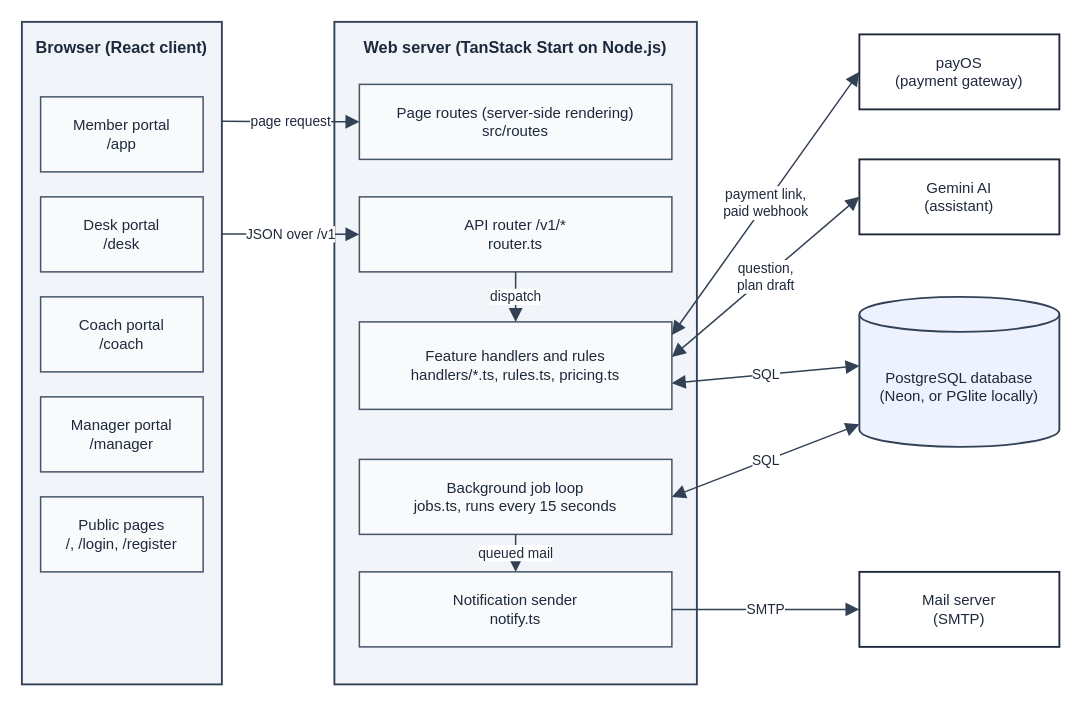
The draw.io diagram docs/diagrams/srs/38-system-architecture.drawio in facingshootingstar/Arena3, before the edit. Source tidied: cells renumbered, new cells numbered last; positions are measured from the earlier drawing's top-left corner, leaving out a move shared by most shapes. Both pictures are drawn from the tidied source at 125%, with x=0, y=0 at pixel (21, 21).
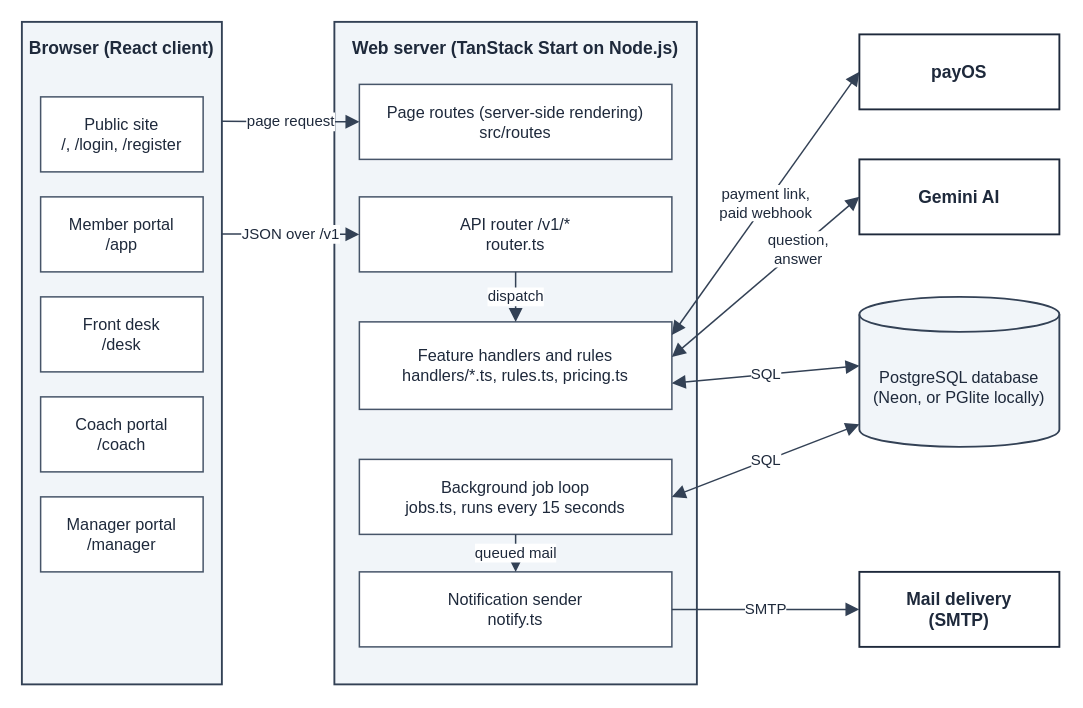
Above is the later version.

The edit, as a diff of the source:
```diff
@@
-    <mxCell id="2" value="Browser (React client)" style="rounded=0;whiteSpace=wrap;html=1;fillColor=#f1f5f9;strokeColor=#334155;strokeWidth=1.5;verticalAlign=top;align=center;spacingTop=6;fontFamily=Helvetica;fontSize=13;fontStyle=1;fontColor=#1e293b;" parent="1" vertex="1">
+    <mxCell id="2" value="Browser (React client)" style="rounded=0;whiteSpace=wrap;html=1;fillColor=#f1f5f9;strokeColor=#334155;strokeWidth=1.5;verticalAlign=top;align=center;spacingTop=6;fontFamily=Helvetica;fontSize=14;fontStyle=1;fontColor=#1e293b;" parent="1" vertex="1">
       <mxGeometry width="160" height="530" as="geometry" />
     </mxCell>
-    <mxCell id="3" value="Member portal&lt;br&gt;/app" style="rounded=0;whiteSpace=wrap;html=1;fillColor=#f8fafc;strokeColor=#475569;strokeWidth=1.2;fontFamily=Helvetica;fontSize=12;fontColor=#1e293b;" parent="2" vertex="1">
+    <mxCell id="3" value="Public site&lt;br&gt;/, /login, /register" style="rounded=0;whiteSpace=wrap;html=1;fillColor=#ffffff;strokeColor=#475569;strokeWidth=1.2;fontFamily=Helvetica;fontSize=13;fontColor=#1e293b;" parent="2" vertex="1">
       <mxGeometry x="15" y="60" width="130" height="60" as="geometry" />
     </mxCell>
-    <mxCell id="4" value="Desk portal&lt;br&gt;/desk" style="rounded=0;whiteSpace=wrap;html=1;fillColor=#f8fafc;strokeColor=#475569;strokeWidth=1.2;fontFamily=Helvetica;fontSize=12;fontColor=#1e293b;" parent="2" vertex="1">
+    <mxCell id="4" value="Member portal&lt;br&gt;/app" style="rounded=0;whiteSpace=wrap;html=1;fillColor=#ffffff;strokeColor=#475569;strokeWidth=1.2;fontFamily=Helvetica;fontSize=13;fontColor=#1e293b;" parent="2" vertex="1">
       <mxGeometry x="15" y="140" width="130" height="60" as="geometry" />
     </mxCell>
-    <mxCell id="5" value="Coach portal&lt;br&gt;/coach" style="rounded=0;whiteSpace=wrap;html=1;fillColor=#f8fafc;strokeColor=#475569;strokeWidth=1.2;fontFamily=Helvetica;fontSize=12;fontColor=#1e293b;" parent="2" vertex="1">
+    <mxCell id="5" value="Front desk&lt;br&gt;/desk" style="rounded=0;whiteSpace=wrap;html=1;fillColor=#ffffff;strokeColor=#475569;strokeWidth=1.2;fontFamily=Helvetica;fontSize=13;fontColor=#1e293b;" parent="2" vertex="1">
       <mxGeometry x="15" y="220" width="130" height="60" as="geometry" />
     </mxCell>
-    <mxCell id="6" value="Manager portal&lt;br&gt;/manager" style="rounded=0;whiteSpace=wrap;html=1;fillColor=#f8fafc;strokeColor=#475569;strokeWidth=1.2;fontFamily=Helvetica;fontSize=12;fontColor=#1e293b;" parent="2" vertex="1">
+    <mxCell id="6" value="Coach portal&lt;br&gt;/coach" style="rounded=0;whiteSpace=wrap;html=1;fillColor=#ffffff;strokeColor=#475569;strokeWidth=1.2;fontFamily=Helvetica;fontSize=13;fontColor=#1e293b;" parent="2" vertex="1">
       <mxGeometry x="15" y="300" width="130" height="60" as="geometry" />
     </mxCell>
-    <mxCell id="7" value="Public pages&lt;br&gt;/, /login, /register" style="rounded=0;whiteSpace=wrap;html=1;fillColor=#f8fafc;strokeColor=#475569;strokeWidth=1.2;fontFamily=Helvetica;fontSize=12;fontColor=#1e293b;" parent="2" vertex="1">
+    <mxCell id="7" value="Manager portal&lt;br&gt;/manager" style="rounded=0;whiteSpace=wrap;html=1;fillColor=#ffffff;strokeColor=#475569;strokeWidth=1.2;fontFamily=Helvetica;fontSize=13;fontColor=#1e293b;" parent="2" vertex="1">
       <mxGeometry x="15" y="380" width="130" height="60" as="geometry" />
     </mxCell>
-    <mxCell id="8" value="Web server (TanStack Start on Node.js)" style="rounded=0;whiteSpace=wrap;html=1;fillColor=#f1f5f9;strokeColor=#334155;strokeWidth=1.5;verticalAlign=top;align=center;spacingTop=6;fontFamily=Helvetica;fontSize=13;fontStyle=1;fontColor=#1e293b;" parent="1" vertex="1">
+    <mxCell id="8" value="Web server (TanStack Start on Node.js)" style="rounded=0;whiteSpace=wrap;html=1;fillColor=#f1f5f9;strokeColor=#334155;strokeWidth=1.5;verticalAlign=top;align=center;spacingTop=6;fontFamily=Helvetica;fontSize=14;fontStyle=1;fontColor=#1e293b;" parent="1" vertex="1">
       <mxGeometry x="250" width="290" height="530" as="geometry" />
     </mxCell>
-    <mxCell id="9" value="Page routes (server-side rendering)&lt;br&gt;src/routes" style="rounded=0;whiteSpace=wrap;html=1;fillColor=#f8fafc;strokeColor=#475569;strokeWidth=1.2;fontFamily=Helvetica;fontSize=12;fontColor=#1e293b;" parent="8" vertex="1">
+    <mxCell id="9" value="Page routes (server-side rendering)&lt;br&gt;src/routes" style="rounded=0;whiteSpace=wrap;html=1;fillColor=#ffffff;strokeColor=#475569;strokeWidth=1.2;fontFamily=Helvetica;fontSize=13;fontColor=#1e293b;" parent="8" vertex="1">
       <mxGeometry x="20" y="50" width="250" height="60" as="geometry" />
     </mxCell>
-    <mxCell id="10" value="API router /v1/*&lt;br&gt;router.ts" style="rounded=0;whiteSpace=wrap;html=1;fillColor=#f8fafc;strokeColor=#475569;strokeWidth=1.2;fontFamily=Helvetica;fontSize=12;fontColor=#1e293b;" parent="8" vertex="1">
+    <mxCell id="10" value="API router /v1/*&lt;br&gt;router.ts" style="rounded=0;whiteSpace=wrap;html=1;fillColor=#ffffff;strokeColor=#475569;strokeWidth=1.2;fontFamily=Helvetica;fontSize=13;fontColor=#1e293b;" parent="8" vertex="1">
       <mxGeometry x="20" y="140" width="250" height="60" as="geometry" />
     </mxCell>
-    <mxCell id="11" value="Feature handlers and rules&lt;br&gt;handlers/*.ts, rules.ts, pricing.ts" style="rounded=0;whiteSpace=wrap;html=1;fillColor=#f8fafc;strokeColor=#475569;strokeWidth=1.2;fontFamily=Helvetica;fontSize=12;fontColor=#1e293b;" parent="8" vertex="1">
+    <mxCell id="11" value="Feature handlers and rules&lt;br&gt;handlers/*.ts, rules.ts, pricing.ts" style="rounded=0;whiteSpace=wrap;html=1;fillColor=#ffffff;strokeColor=#475569;strokeWidth=1.2;fontFamily=Helvetica;fontSize=13;fontColor=#1e293b;" parent="8" vertex="1">
       <mxGeometry x="20" y="240" width="250" height="70" as="geometry" />
     </mxCell>
-    <mxCell id="12" value="Background job loop&lt;br&gt;jobs.ts, runs every 15 seconds" style="rounded=0;whiteSpace=wrap;html=1;fillColor=#f8fafc;strokeColor=#475569;strokeWidth=1.2;fontFamily=Helvetica;fontSize=12;fontColor=#1e293b;" parent="8" vertex="1">
+    <mxCell id="12" value="Background job loop&lt;br&gt;jobs.ts, runs every 15 seconds" style="rounded=0;whiteSpace=wrap;html=1;fillColor=#ffffff;strokeColor=#475569;strokeWidth=1.2;fontFamily=Helvetica;fontSize=13;fontColor=#1e293b;" parent="8" vertex="1">
       <mxGeometry x="20" y="350" width="250" height="60" as="geometry" />
     </mxCell>
-    <mxCell id="13" value="Notification sender&lt;br&gt;notify.ts" style="rounded=0;whiteSpace=wrap;html=1;fillColor=#f8fafc;strokeColor=#475569;strokeWidth=1.2;fontFamily=Helvetica;fontSize=12;fontColor=#1e293b;" parent="8" vertex="1">
+    <mxCell id="13" value="Notification sender&lt;br&gt;notify.ts" style="rounded=0;whiteSpace=wrap;html=1;fillColor=#ffffff;strokeColor=#475569;strokeWidth=1.2;fontFamily=Helvetica;fontSize=13;fontColor=#1e293b;" parent="8" vertex="1">
       <mxGeometry x="20" y="440" width="250" height="60" as="geometry" />
     </mxCell>
-    <mxCell id="14" value="payOS&lt;br&gt;(payment gateway)" style="rounded=0;whiteSpace=wrap;html=1;fillColor=#ffffff;strokeColor=#1e293b;strokeWidth=1.5;fontFamily=Helvetica;fontSize=12;fontColor=#1e293b;" parent="1" vertex="1">
+    <mxCell id="14" value="payOS" style="rounded=0;whiteSpace=wrap;html=1;fillColor=#ffffff;strokeColor=#1e293b;strokeWidth=1.5;fontFamily=Helvetica;fontSize=14;fontStyle=1;fontColor=#1e293b;" parent="1" vertex="1">
       <mxGeometry x="670" y="10" width="160" height="60" as="geometry" />
     </mxCell>
-    <mxCell id="15" value="Gemini AI&lt;br&gt;(assistant)" style="rounded=0;whiteSpace=wrap;html=1;fillColor=#ffffff;strokeColor=#1e293b;strokeWidth=1.5;fontFamily=Helvetica;fontSize=12;fontColor=#1e293b;" parent="1" vertex="1">
+    <mxCell id="15" value="Gemini AI" style="rounded=0;whiteSpace=wrap;html=1;fillColor=#ffffff;strokeColor=#1e293b;strokeWidth=1.5;fontFamily=Helvetica;fontSize=14;fontStyle=1;fontColor=#1e293b;" parent="1" vertex="1">
       <mxGeometry x="670" y="110" width="160" height="60" as="geometry" />
     </mxCell>
-    <mxCell id="16" value="PostgreSQL database&lt;br&gt;(Neon, or PGlite locally)" style="shape=cylinder3;whiteSpace=wrap;html=1;boundedLbl=1;backgroundOutline=1;size=14;fillColor=#eef2ff;strokeColor=#334155;strokeWidth=1.5;fontFamily=Helvetica;fontSize=12;fontColor=#1e293b;" parent="1" vertex="1">
+    <mxCell id="16" value="PostgreSQL database&lt;br&gt;(Neon, or PGlite locally)" style="shape=cylinder3;whiteSpace=wrap;html=1;boundedLbl=1;backgroundOutline=1;size=14;fillColor=#f1f5f9;strokeColor=#334155;strokeWidth=1.5;fontFamily=Helvetica;fontSize=13;fontColor=#1e293b;" parent="1" vertex="1">
       <mxGeometry x="670" y="220" width="160" height="120" as="geometry" />
     </mxCell>
-    <mxCell id="17" value="Mail server&lt;br&gt;(SMTP)" style="rounded=0;whiteSpace=wrap;html=1;fillColor=#ffffff;strokeColor=#1e293b;strokeWidth=1.5;fontFamily=Helvetica;fontSize=12;fontColor=#1e293b;" parent="1" vertex="1">
+    <mxCell id="17" value="Mail delivery&lt;br&gt;(SMTP)" style="rounded=0;whiteSpace=wrap;html=1;fillColor=#ffffff;strokeColor=#1e293b;strokeWidth=1.5;fontFamily=Helvetica;fontSize=14;fontStyle=1;fontColor=#1e293b;" parent="1" vertex="1">
       <mxGeometry x="670" y="440" width="160" height="60" as="geometry" />
     </mxCell>
-    <mxCell id="18" value="page request" style="endArrow=block;endFill=1;html=1;rounded=0;edgeStyle=none;strokeColor=#334155;strokeWidth=1.2;fontFamily=Helvetica;fontSize=11;fontColor=#1e293b;labelBackgroundColor=#ffffff;endSize=8;exitX=1.0000;exitY=0.1500;exitDx=0;exitDy=0;exitPerimeter=0;entryX=0.0000;entryY=0.5000;entryDx=0;entryDy=0;entryPerimeter=0;" parent="1" edge="1" source="2" target="9">
+    <mxCell id="18" value="page request" style="endArrow=block;endFill=1;html=1;rounded=0;edgeStyle=none;strokeColor=#334155;strokeWidth=1.2;fontFamily=Helvetica;fontSize=12;fontColor=#1e293b;labelBackgroundColor=#ffffff;endSize=8;exitX=1.0000;exitY=0.1500;exitDx=0;exitDy=0;exitPerimeter=0;entryX=0.0000;entryY=0.5000;entryDx=0;entryDy=0;entryPerimeter=0;" parent="1" edge="1" source="2" target="9">
       <mxGeometry relative="1" as="geometry" />
     </mxCell>
-    <mxCell id="19" value="JSON over /v1" style="endArrow=block;endFill=1;html=1;rounded=0;edgeStyle=none;strokeColor=#334155;strokeWidth=1.2;fontFamily=Helvetica;fontSize=11;fontColor=#1e293b;labelBackgroundColor=#ffffff;endSize=8;exitX=1.0000;exitY=0.3200;exitDx=0;exitDy=0;exitPerimeter=0;entryX=0.0000;entryY=0.5000;entryDx=0;entryDy=0;entryPerimeter=0;" parent="1" edge="1" source="2" target="10">
+    <mxCell id="19" value="JSON over /v1" style="endArrow=block;endFill=1;html=1;rounded=0;edgeStyle=none;strokeColor=#334155;strokeWidth=1.2;fontFamily=Helvetica;fontSize=12;fontColor=#1e293b;labelBackgroundColor=#ffffff;endSize=8;exitX=1.0000;exitY=0.3200;exitDx=0;exitDy=0;exitPerimeter=0;entryX=0.0000;entryY=0.5000;entryDx=0;entryDy=0;entryPerimeter=0;" parent="1" edge="1" source="2" target="10">
       <mxGeometry relative="1" as="geometry" />
     </mxCell>
-    <mxCell id="20" value="dispatch" style="endArrow=block;endFill=1;html=1;rounded=0;edgeStyle=none;strokeColor=#334155;strokeWidth=1.2;fontFamily=Helvetica;fontSize=11;fontColor=#1e293b;labelBackgroundColor=#ffffff;endSize=8;exitX=0.5000;exitY=1.0000;exitDx=0;exitDy=0;exitPerimeter=0;entryX=0.5000;entryY=0.0000;entryDx=0;entryDy=0;entryPerimeter=0;" parent="1" edge="1" source="10" target="11">
+    <mxCell id="20" value="dispatch" style="endArrow=block;endFill=1;html=1;rounded=0;edgeStyle=none;strokeColor=#334155;strokeWidth=1.2;fontFamily=Helvetica;fontSize=12;fontColor=#1e293b;labelBackgroundColor=#ffffff;endSize=8;exitX=0.5000;exitY=1.0000;exitDx=0;exitDy=0;exitPerimeter=0;entryX=0.5000;entryY=0.0000;entryDx=0;entryDy=0;entryPerimeter=0;" parent="1" edge="1" source="10" target="11">
       <mxGeometry relative="1" as="geometry" />
     </mxCell>
-    <mxCell id="21" value="payment link,&lt;br&gt;paid webhook" style="endArrow=block;endFill=1;html=1;rounded=0;edgeStyle=none;strokeColor=#334155;strokeWidth=1.2;fontFamily=Helvetica;fontSize=11;fontColor=#1e293b;labelBackgroundColor=#ffffff;endSize=8;startArrow=block;startFill=1;startSize=8;exitX=1.0000;exitY=0.1500;exitDx=0;exitDy=0;exitPerimeter=0;entryX=0.0000;entryY=0.5000;entryDx=0;entryDy=0;entryPerimeter=0;" parent="1" edge="1" source="11" target="14">
+    <mxCell id="21" value="payment link,&lt;br&gt;paid webhook" style="endArrow=block;endFill=1;html=1;rounded=0;edgeStyle=none;strokeColor=#334155;strokeWidth=1.2;fontFamily=Helvetica;fontSize=12;fontColor=#1e293b;labelBackgroundColor=#ffffff;endSize=8;startArrow=block;startFill=1;startSize=8;exitX=1.0000;exitY=0.1500;exitDx=0;exitDy=0;exitPerimeter=0;entryX=0.0000;entryY=0.5000;entryDx=0;entryDy=0;entryPerimeter=0;" parent="1" edge="1" source="11" target="14">
       <mxGeometry relative="1" as="geometry" />
     </mxCell>
-    <mxCell id="22" value="question,&lt;br&gt;plan draft" style="endArrow=block;endFill=1;html=1;rounded=0;edgeStyle=none;strokeColor=#334155;strokeWidth=1.2;fontFamily=Helvetica;fontSize=11;fontColor=#1e293b;labelBackgroundColor=#ffffff;endSize=8;startArrow=block;startFill=1;startSize=8;exitX=1.0000;exitY=0.4000;exitDx=0;exitDy=0;exitPerimeter=0;entryX=0.0000;entryY=0.5000;entryDx=0;entryDy=0;entryPerimeter=0;" parent="1" edge="1" source="11" target="15">
-      <mxGeometry relative="1" as="geometry" />
+    <mxCell id="22" value="question,&lt;br&gt;answer" style="endArrow=block;endFill=1;html=1;rounded=0;edgeStyle=none;strokeColor=#334155;strokeWidth=1.2;fontFamily=Helvetica;fontSize=12;fontColor=#1e293b;labelBackgroundColor=#ffffff;endSize=8;startArrow=block;startFill=1;startSize=8;exitX=1.0000;exitY=0.4000;exitDx=0;exitDy=0;exitPerimeter=0;entryX=0.0000;entryY=0.5000;entryDx=0;entryDy=0;entryPerimeter=0;" parent="1" edge="1" source="11" target="15">
+      <mxGeometry x="0.35" relative="1" as="geometry" />
     </mxCell>
-    <mxCell id="23" value="SQL" style="endArrow=block;endFill=1;html=1;rounded=0;edgeStyle=none;strokeColor=#334155;strokeWidth=1.2;fontFamily=Helvetica;fontSize=11;fontColor=#1e293b;labelBackgroundColor=#ffffff;endSize=8;startArrow=block;startFill=1;startSize=8;exitX=1.0000;exitY=0.7000;exitDx=0;exitDy=0;exitPerimeter=0;entryX=0.0000;entryY=0.4600;entryDx=0;entryDy=0;entryPerimeter=0;" parent="1" edge="1" source="11" target="16">
+    <mxCell id="23" value="SQL" style="endArrow=block;endFill=1;html=1;rounded=0;edgeStyle=none;strokeColor=#334155;strokeWidth=1.2;fontFamily=Helvetica;fontSize=12;fontColor=#1e293b;labelBackgroundColor=#ffffff;endSize=8;startArrow=block;startFill=1;startSize=8;exitX=1.0000;exitY=0.7000;exitDx=0;exitDy=0;exitPerimeter=0;entryX=0.0000;entryY=0.4600;entryDx=0;entryDy=0;entryPerimeter=0;" parent="1" edge="1" source="11" target="16">
       <mxGeometry relative="1" as="geometry" />
     </mxCell>
-    <mxCell id="24" value="SQL" style="endArrow=block;endFill=1;html=1;rounded=0;edgeStyle=none;strokeColor=#334155;strokeWidth=1.2;fontFamily=Helvetica;fontSize=11;fontColor=#1e293b;labelBackgroundColor=#ffffff;endSize=8;startArrow=block;startFill=1;startSize=8;exitX=1.0000;exitY=0.5000;exitDx=0;exitDy=0;exitPerimeter=0;entryX=0.0000;entryY=0.8500;entryDx=0;entryDy=0;entryPerimeter=0;" parent="1" edge="1" source="12" target="16">
+    <mxCell id="24" value="SQL" style="endArrow=block;endFill=1;html=1;rounded=0;edgeStyle=none;strokeColor=#334155;strokeWidth=1.2;fontFamily=Helvetica;fontSize=12;fontColor=#1e293b;labelBackgroundColor=#ffffff;endSize=8;startArrow=block;startFill=1;startSize=8;exitX=1.0000;exitY=0.5000;exitDx=0;exitDy=0;exitPerimeter=0;entryX=0.0000;entryY=0.8500;entryDx=0;entryDy=0;entryPerimeter=0;" parent="1" edge="1" source="12" target="16">
       <mxGeometry relative="1" as="geometry" />
     </mxCell>
-    <mxCell id="25" value="queued mail" style="endArrow=block;endFill=1;html=1;rounded=0;edgeStyle=none;strokeColor=#334155;strokeWidth=1.2;fontFamily=Helvetica;fontSize=11;fontColor=#1e293b;labelBackgroundColor=#ffffff;endSize=8;exitX=0.5000;exitY=1.0000;exitDx=0;exitDy=0;exitPerimeter=0;entryX=0.5000;entryY=0.0000;entryDx=0;entryDy=0;entryPerimeter=0;" parent="1" edge="1" source="12" target="13">
+    <mxCell id="25" value="queued mail" style="endArrow=block;endFill=1;html=1;rounded=0;edgeStyle=none;strokeColor=#334155;strokeWidth=1.2;fontFamily=Helvetica;fontSize=12;fontColor=#1e293b;labelBackgroundColor=#ffffff;endSize=8;exitX=0.5000;exitY=1.0000;exitDx=0;exitDy=0;exitPerimeter=0;entryX=0.5000;entryY=0.0000;entryDx=0;entryDy=0;entryPerimeter=0;" parent="1" edge="1" source="12" target="13">
       <mxGeometry relative="1" as="geometry" />
     </mxCell>
-    <mxCell id="26" value="SMTP" style="endArrow=block;endFill=1;html=1;rounded=0;edgeStyle=none;strokeColor=#334155;strokeWidth=1.2;fontFamily=Helvetica;fontSize=11;fontColor=#1e293b;labelBackgroundColor=#ffffff;endSize=8;exitX=1.0000;exitY=0.5000;exitDx=0;exitDy=0;exitPerimeter=0;entryX=0.0000;entryY=0.5000;entryDx=0;entryDy=0;entryPerimeter=0;" parent="1" edge="1" source="13" target="17">
+    <mxCell id="26" value="SMTP" style="endArrow=block;endFill=1;html=1;rounded=0;edgeStyle=none;strokeColor=#334155;strokeWidth=1.2;fontFamily=Helvetica;fontSize=12;fontColor=#1e293b;labelBackgroundColor=#ffffff;endSize=8;exitX=1.0000;exitY=0.5000;exitDx=0;exitDy=0;exitPerimeter=0;entryX=0.0000;entryY=0.5000;entryDx=0;entryDy=0;entryPerimeter=0;" parent="1" edge="1" source="13" target="17">
       <mxGeometry relative="1" as="geometry" />
     </mxCell>
```
